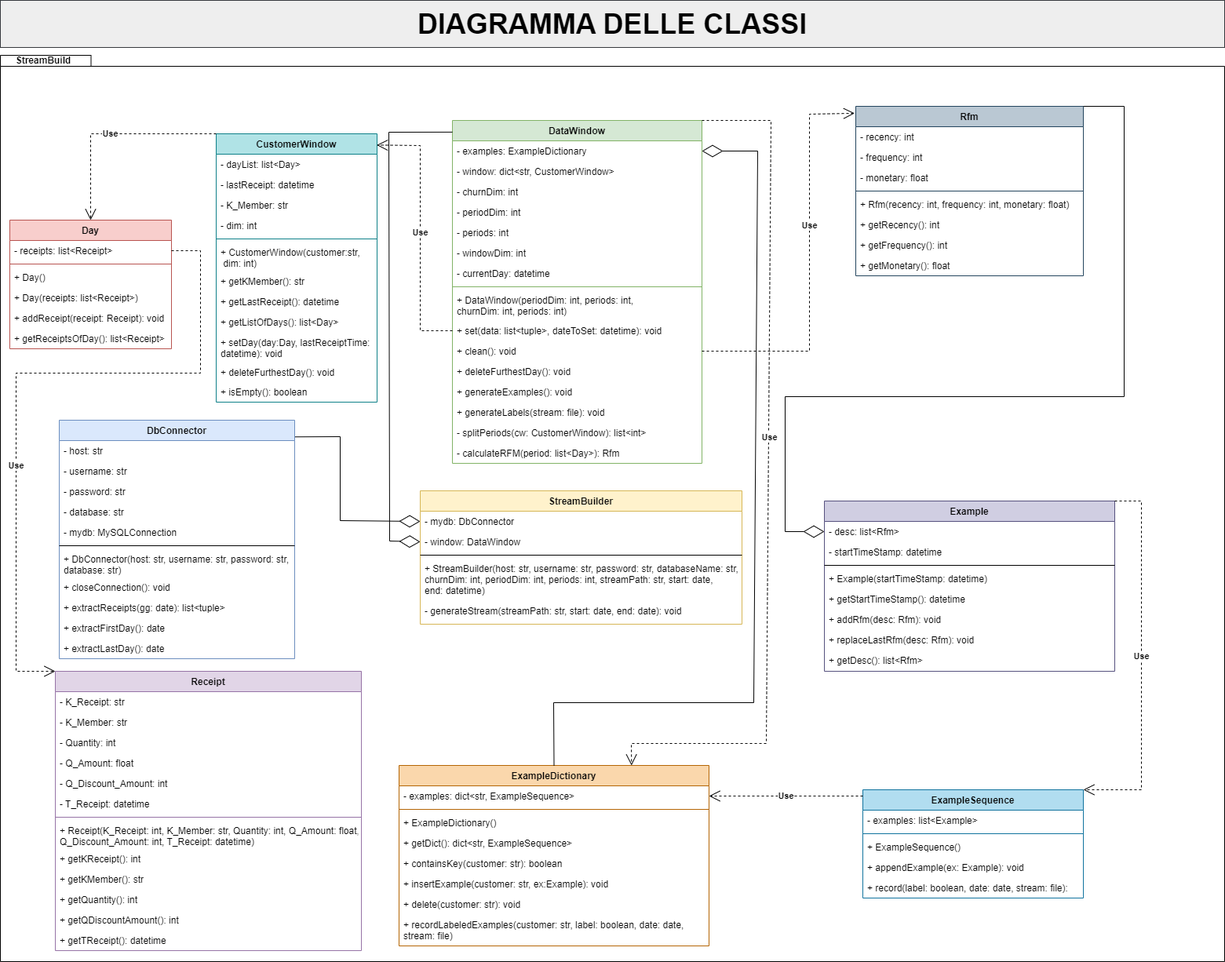
Above: resources/diagrams/Diagramma delle Classi.drawio.png in fralaw/rfm_stream_builder (draw.io), before the change. Source tidied: cells renumbered, new cells last; positions are measured from the earlier drawing's top-left corner, leaving out a move shared by most shapes.
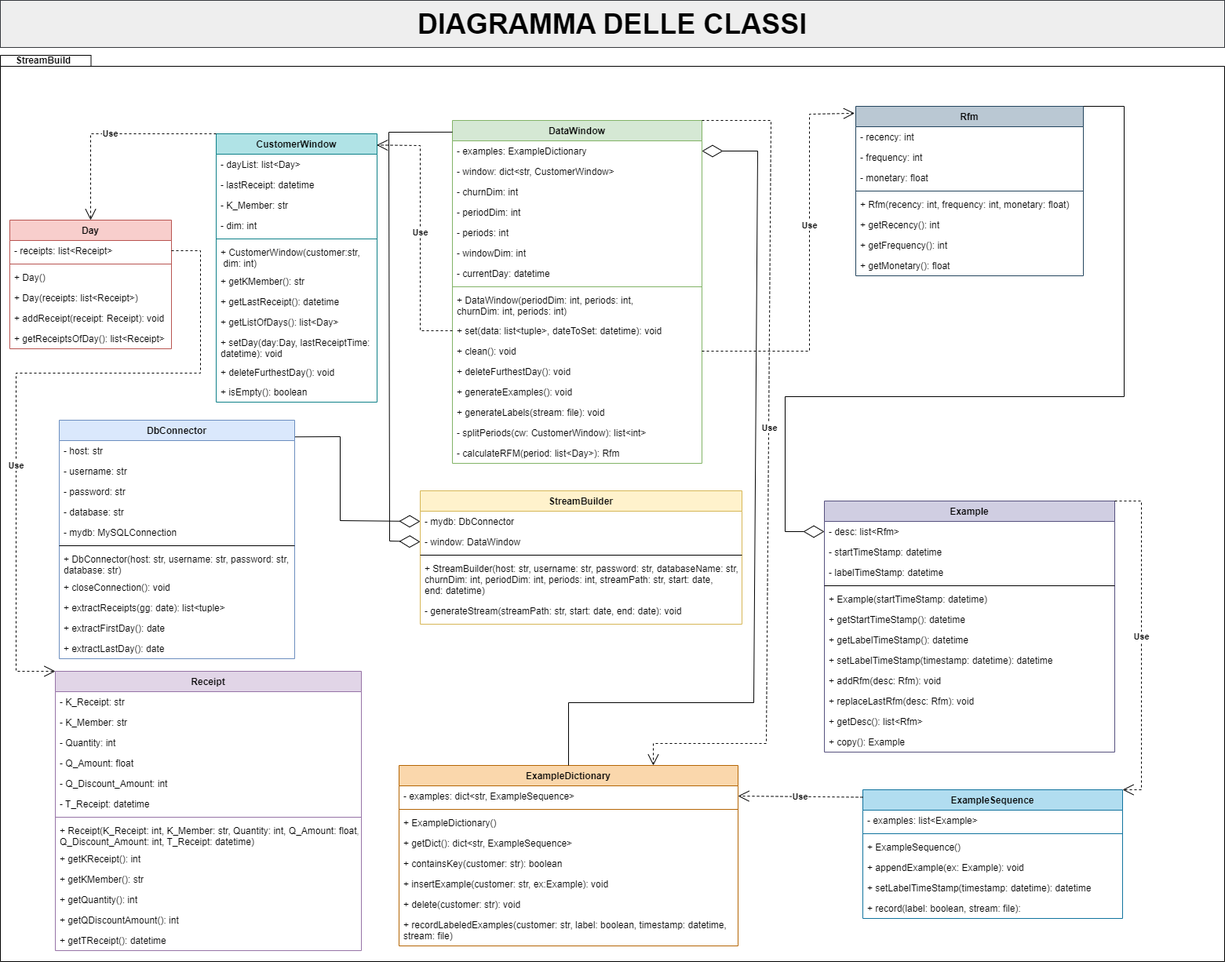
Above is the later version.

The edit, as a diff of the source:
```diff
@@ -60,7 +60,7 @@
       <mxGeometry y="140" width="410" height="30" as="geometry" />
     </mxCell>
     <mxCell id="21" value="Example" style="swimlane;fontStyle=1;align=center;verticalAlign=top;horizontal=1;startSize=26;rounded=0;shadow=0;strokeWidth=1;fillColor=#d0cee2;strokeColor=#56517e;" parent="1" vertex="1">
-      <mxGeometry x="1050" y="638" width="370" height="217" as="geometry" />
+      <mxGeometry x="1050" y="638" width="370" height="320" as="geometry" />
     </mxCell>
     <mxCell id="22" value="- desc: list&lt;Rfm&gt;" style="text;align=left;verticalAlign=top;spacingLeft=4;spacingRight=4;overflow=hidden;points=[[0,0.5],[1,0.5]];portConstraint=eastwest;" parent="21" vertex="1">
       <mxGeometry y="26" width="370" height="26" as="geometry" />
@@ -68,24 +68,36 @@
     <mxCell id="23" value="- startTimeStamp: datetime" style="text;align=left;verticalAlign=top;spacingLeft=4;spacingRight=4;overflow=hidden;" parent="21" vertex="1">
       <mxGeometry y="52" width="370" height="26" as="geometry" />
     </mxCell>
+    <mxCell id="118" value="- labelTimeStamp: datetime" style="text;align=left;verticalAlign=top;spacingLeft=4;spacingRight=4;overflow=hidden;" parent="21" vertex="1">
+      <mxGeometry y="78" width="370" height="26" as="geometry" />
+    </mxCell>
     <mxCell id="24" style="line;html=1;strokeWidth=1;align=left;verticalAlign=middle;spacingTop=-1;spacingLeft=3;spacingRight=3;labelPosition=right;" parent="21" vertex="1">
-      <mxGeometry y="78" width="370" height="8" as="geometry" />
+      <mxGeometry y="104" width="370" height="8" as="geometry" />
     </mxCell>
     <mxCell id="25" value="+ Example(startTimeStamp: datetime)" style="text;align=left;verticalAlign=top;spacingLeft=4;spacingRight=4;overflow=hidden;" parent="21" vertex="1">
-      <mxGeometry y="86" width="370" height="26" as="geometry" />
+      <mxGeometry y="112" width="370" height="26" as="geometry" />
     </mxCell>
     <mxCell id="26" value="+ getStartTimeStamp(): datetime" style="text;align=left;verticalAlign=top;spacingLeft=4;spacingRight=4;overflow=hidden;" parent="21" vertex="1">
-      <mxGeometry y="112" width="370" height="26" as="geometry" />
+      <mxGeometry y="138" width="370" height="26" as="geometry" />
     </mxCell>
+    <mxCell id="119" value="+ getLabelTimeStamp(): datetime" style="text;align=left;verticalAlign=top;spacingLeft=4;spacingRight=4;overflow=hidden;" parent="21" vertex="1">
+      <mxGeometry y="164" width="370" height="26" as="geometry" />
+    </mxCell>
+    <mxCell id="120" value="+ setLabelTimeStamp(timestamp: datetime): datetime" style="text;align=left;verticalAlign=top;spacingLeft=4;spacingRight=4;overflow=hidden;" parent="21" vertex="1">
+      <mxGeometry y="190" width="370" height="26" as="geometry" />
+    </mxCell>
     <mxCell id="27" value="+ addRfm(desc: Rfm): void" style="text;align=left;verticalAlign=top;spacingLeft=4;spacingRight=4;overflow=hidden;" parent="21" vertex="1">
-      <mxGeometry y="138" width="370" height="26" as="geometry" />
+      <mxGeometry y="216" width="370" height="26" as="geometry" />
     </mxCell>
     <mxCell id="28" value="+ replaceLastRfm(desc: Rfm): void" style="text;align=left;verticalAlign=top;spacingLeft=4;spacingRight=4;overflow=hidden;" parent="21" vertex="1">
-      <mxGeometry y="164" width="370" height="26" as="geometry" />
+      <mxGeometry y="242" width="370" height="26" as="geometry" />
     </mxCell>
     <mxCell id="29" value="+ getDesc(): list&lt;Rfm&gt;" style="text;align=left;verticalAlign=top;spacingLeft=4;spacingRight=4;overflow=hidden;" parent="21" vertex="1">
-      <mxGeometry y="190" width="370" height="26" as="geometry" />
+      <mxGeometry y="268" width="370" height="26" as="geometry" />
     </mxCell>
+    <mxCell id="121" value="+ copy(): Example" style="text;align=left;verticalAlign=top;spacingLeft=4;spacingRight=4;overflow=hidden;" parent="21" vertex="1">
+      <mxGeometry y="294" width="370" height="26" as="geometry" />
+    </mxCell>
     <mxCell id="30" value="Rfm" style="swimlane;fontStyle=1;align=center;verticalAlign=top;horizontal=1;startSize=26;strokeColor=#23445d;fillColor=#bac8d3;" parent="1" vertex="1">
       <mxGeometry x="1090" y="135" width="290" height="216" as="geometry" />
     </mxCell>
@@ -171,49 +183,52 @@
       <mxGeometry y="411" width="318" height="26" as="geometry" />
     </mxCell>
     <mxCell id="58" value="ExampleDictionary" style="swimlane;fontStyle=1;align=center;verticalAlign=top;horizontal=1;startSize=26;strokeColor=#b46504;fillColor=#fad7ac;" parent="1" vertex="1">
-      <mxGeometry x="508" y="975" width="395" height="230" as="geometry" />
+      <mxGeometry x="508" y="975" width="432" height="230" as="geometry" />
     </mxCell>
     <mxCell id="59" value="- examples: dict&lt;str, ExampleSequence&gt; " style="text;strokeColor=none;fillColor=none;align=left;verticalAlign=top;spacingLeft=4;spacingRight=4;overflow=hidden;points=[[0,0.5],[1,0.5]];portConstraint=eastwest;" parent="58" vertex="1">
-      <mxGeometry y="26" width="395" height="26" as="geometry" />
+      <mxGeometry y="26" width="432" height="26" as="geometry" />
     </mxCell>
     <mxCell id="60" style="line;strokeWidth=1;fillColor=none;align=left;verticalAlign=middle;spacingTop=-1;spacingLeft=3;spacingRight=3;labelPosition=right;strokeColor=inherit;" parent="58" vertex="1">
-      <mxGeometry y="52" width="395" height="8" as="geometry" />
+      <mxGeometry y="52" width="432" height="8" as="geometry" />
     </mxCell>
     <mxCell id="61" value="+ ExampleDictionary()" style="text;strokeColor=none;fillColor=none;align=left;verticalAlign=top;spacingLeft=4;spacingRight=4;overflow=hidden;" parent="58" vertex="1">
-      <mxGeometry y="60" width="395" height="26" as="geometry" />
+      <mxGeometry y="60" width="432" height="26" as="geometry" />
     </mxCell>
     <mxCell id="62" value="+ getDict(): dict&lt;str, ExampleSequence&gt; &#10; " style="text;strokeColor=none;fillColor=none;align=left;verticalAlign=top;spacingLeft=4;spacingRight=4;overflow=hidden;" parent="58" vertex="1">
-      <mxGeometry y="86" width="395" height="26" as="geometry" />
+      <mxGeometry y="86" width="432" height="26" as="geometry" />
     </mxCell>
     <mxCell id="63" value="+ containsKey(customer: str): boolean" style="text;strokeColor=none;fillColor=none;align=left;verticalAlign=top;spacingLeft=4;spacingRight=4;overflow=hidden;" parent="58" vertex="1">
-      <mxGeometry y="112" width="395" height="26" as="geometry" />
+      <mxGeometry y="112" width="432" height="26" as="geometry" />
     </mxCell>
     <mxCell id="64" value="+ insertExample(customer: str, ex:Example): void" style="text;strokeColor=none;fillColor=none;align=left;verticalAlign=top;spacingLeft=4;spacingRight=4;overflow=hidden;" parent="58" vertex="1">
-      <mxGeometry y="138" width="395" height="26" as="geometry" />
+      <mxGeometry y="138" width="432" height="26" as="geometry" />
     </mxCell>
     <mxCell id="65" value="+ delete(customer: str): void" style="text;strokeColor=none;fillColor=none;align=left;verticalAlign=top;spacingLeft=4;spacingRight=4;overflow=hidden;" parent="58" vertex="1">
-      <mxGeometry y="164" width="395" height="26" as="geometry" />
+      <mxGeometry y="164" width="432" height="26" as="geometry" />
     </mxCell>
-    <mxCell id="66" value="+ recordLabeledExamples(customer: str, label: boolean, date: date, &#10;stream: file)" style="text;strokeColor=none;fillColor=none;align=left;verticalAlign=top;spacingLeft=4;spacingRight=4;overflow=hidden;" parent="58" vertex="1">
-      <mxGeometry y="190" width="395" height="40" as="geometry" />
+    <mxCell id="66" value="+ recordLabeledExamples(customer: str, label: boolean, timestamp: datetime, &#10;stream: file)" style="text;strokeColor=none;fillColor=none;align=left;verticalAlign=top;spacingLeft=4;spacingRight=4;overflow=hidden;" parent="58" vertex="1">
+      <mxGeometry y="190" width="432" height="40" as="geometry" />
     </mxCell>
     <mxCell id="67" value="ExampleSequence" style="swimlane;fontStyle=1;align=center;verticalAlign=top;horizontal=1;startSize=26;strokeColor=#10739e;fillColor=#b1ddf0;" parent="1" vertex="1">
-      <mxGeometry x="1099" y="1006" width="281" height="138" as="geometry" />
+      <mxGeometry x="1099" y="1006" width="331" height="164" as="geometry" />
     </mxCell>
     <mxCell id="68" value="- examples: list&lt;Example&gt;" style="text;strokeColor=none;fillColor=none;align=left;verticalAlign=top;spacingLeft=4;spacingRight=4;overflow=hidden;" parent="67" vertex="1">
-      <mxGeometry y="26" width="281" height="26" as="geometry" />
+      <mxGeometry y="26" width="331" height="26" as="geometry" />
     </mxCell>
     <mxCell id="69" style="line;strokeWidth=1;fillColor=none;align=left;verticalAlign=middle;spacingTop=-1;spacingLeft=3;spacingRight=3;labelPosition=right;strokeColor=inherit;" parent="67" vertex="1">
-      <mxGeometry y="52" width="281" height="8" as="geometry" />
+      <mxGeometry y="52" width="331" height="8" as="geometry" />
     </mxCell>
     <mxCell id="70" value="+ ExampleSequence()" style="text;strokeColor=none;fillColor=none;align=left;verticalAlign=top;spacingLeft=4;spacingRight=4;overflow=hidden;" parent="67" vertex="1">
-      <mxGeometry y="60" width="281" height="26" as="geometry" />
+      <mxGeometry y="60" width="331" height="26" as="geometry" />
     </mxCell>
     <mxCell id="71" value="+ appendExample(ex: Example): void" style="text;strokeColor=none;fillColor=none;align=left;verticalAlign=top;spacingLeft=4;spacingRight=4;overflow=hidden;" parent="67" vertex="1">
-      <mxGeometry y="86" width="281" height="26" as="geometry" />
+      <mxGeometry y="86" width="331" height="26" as="geometry" />
     </mxCell>
+    <mxCell id="122" value="+ setLabelTimeStamp(timestamp: datetime): datetime" style="text;strokeColor=none;fillColor=none;align=left;verticalAlign=top;spacingLeft=4;spacingRight=4;overflow=hidden;" parent="67" vertex="1">
+      <mxGeometry y="112" width="331" height="26" as="geometry" />
+    </mxCell>
-    <mxCell id="72" value="+ record(label: boolean, date: date, stream: file):" style="text;strokeColor=none;fillColor=none;align=left;verticalAlign=top;spacingLeft=4;spacingRight=4;overflow=hidden;" parent="67" vertex="1">
-      <mxGeometry y="112" width="281" height="26" as="geometry" />
+    <mxCell id="72" value="+ record(label: boolean, stream: file):" style="text;strokeColor=none;fillColor=none;align=left;verticalAlign=top;spacingLeft=4;spacingRight=4;overflow=hidden;" parent="67" vertex="1">
+      <mxGeometry y="138" width="331" height="26" as="geometry" />
     </mxCell>
     <mxCell id="73" style="endArrow=diamondThin;endFill=0;endSize=24;html=1;rounded=0;exitX=0;exitY=0.034;exitDx=0;exitDy=0;exitPerimeter=0;entryX=0;entryY=0.5;entryDx=0;entryDy=0;" parent="1" edge="1" source="41" target="17">
       <mxGeometry relative="1" as="geometry">
@@ -228,7 +243,7 @@
         <Array as="points">
           <mxPoint x="982" y="153" />
           <mxPoint x="976" y="947" />
-          <mxPoint x="804" y="947" />
+          <mxPoint x="832" y="947" />
         </Array>
       </mxGeometry>
     </mxCell>
@@ -399,7 +414,7 @@
     <mxCell id="117" style="endArrow=diamondThin;endFill=0;endSize=24;html=1;rounded=0;exitX=0.5;exitY=0;exitDx=0;exitDy=0;entryX=1;entryY=0.5;entryDx=0;entryDy=0;" parent="1" edge="1" source="58" target="42">
       <mxGeometry relative="1" as="geometry">
         <Array as="points">
-          <mxPoint x="705" y="895" />
+          <mxPoint x="724" y="895" />
           <mxPoint x="960" y="895" />
           <mxPoint x="965" y="192" />
         </Array>
```
